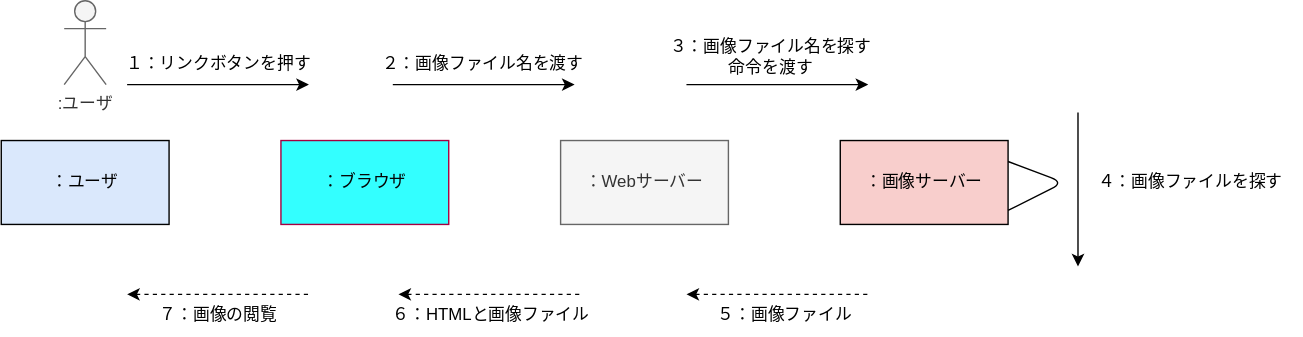
hatafukuryouya/UML_introduction keeps this draw.io diagram as 演習５/演習５-1_CD_Web画像検索.drawio.svg. Above is the earlier version. Source tidied: cells renumbered, new cells last; positions are measured from the earlier drawing's top-left corner, leaving out a move shared by most shapes. The source it was exported from:
```xml
<mxGraphModel>
  <root>
    <mxCell id="0" />
    <mxCell id="1" parent="0" />
    <mxCell id="2" value=":ユーザ" style="shape=umlActor;verticalLabelPosition=bottom;verticalAlign=top;html=1;fillColor=#f5f5f5;fontColor=#333333;strokeColor=#666666;" parent="1" vertex="1">
      <mxGeometry x="45" width="30" height="60" as="geometry" />
    </mxCell>
    <mxCell id="3" value="：ブラウザ" style="rounded=0;whiteSpace=wrap;html=1;fillColor=#33FFFF;strokeColor=#A50040;fontColor=#050505;" parent="1" vertex="1">
      <mxGeometry x="200" y="100" width="120" height="60" as="geometry" />
    </mxCell>
    <mxCell id="4" value="：Webサーバー" style="rounded=0;whiteSpace=wrap;html=1;fillColor=#f5f5f5;strokeColor=#666666;fontColor=#333333;" parent="1" vertex="1">
      <mxGeometry x="400" y="100" width="120" height="60" as="geometry" />
    </mxCell>
    <mxCell id="5" value="：画像サーバー" style="rounded=0;whiteSpace=wrap;html=1;fillColor=#f8cecc;strokeColor=#000000;" parent="1" vertex="1">
      <mxGeometry x="600" y="100" width="120" height="60" as="geometry" />
    </mxCell>
    <mxCell id="6" style="endArrow=classic;html=1;" parent="1" edge="1">
      <mxGeometry relative="1" as="geometry">
        <mxPoint x="280" y="60" as="sourcePoint" />
        <mxPoint x="410" y="60" as="targetPoint" />
      </mxGeometry>
    </mxCell>
    <mxCell id="7" style="endArrow=classic;html=1;" parent="1" edge="1">
      <mxGeometry relative="1" as="geometry">
        <mxPoint x="490" y="60" as="sourcePoint" />
        <mxPoint x="620" y="60" as="targetPoint" />
      </mxGeometry>
    </mxCell>
    <mxCell id="8" value="：ユーザ" style="rounded=0;whiteSpace=wrap;html=1;fillColor=#dae8fc;strokeColor=#000000;" parent="1" vertex="1">
      <mxGeometry y="100" width="120" height="60" as="geometry" />
    </mxCell>
    <mxCell id="9" style="endArrow=classic;html=1;" parent="1" edge="1">
      <mxGeometry relative="1" as="geometry">
        <mxPoint x="90" y="60" as="sourcePoint" />
        <mxPoint x="220" y="60" as="targetPoint" />
      </mxGeometry>
    </mxCell>
    <mxCell id="10" value="１：リンクボタンを押す" style="text;html=1;align=center;verticalAlign=middle;strokeColor=none;fillColor=none;" parent="1" vertex="1">
      <mxGeometry x="75" y="30" width="160" height="30" as="geometry" />
    </mxCell>
    <mxCell id="11" value="２：画像ファイル名を渡す" style="text;html=1;align=center;verticalAlign=middle;strokeColor=none;fillColor=none;" parent="1" vertex="1">
      <mxGeometry x="259" y="30" width="170" height="30" as="geometry" />
    </mxCell>
    <mxCell id="12" value="３：画像ファイル名を探す&lt;br&gt;命令を渡す" style="text;html=1;align=center;verticalAlign=middle;strokeColor=none;fillColor=none;" parent="1" vertex="1">
      <mxGeometry x="465" y="20" width="170" height="40" as="geometry" />
    </mxCell>
    <mxCell id="13" style="edgeStyle=none;html=1;endArrow=none;endFill=0;exitX=1;exitY=0.25;exitDx=0;exitDy=0;" parent="1" edge="1" source="5">
      <mxGeometry relative="1" as="geometry">
        <mxPoint x="720" y="150" as="targetPoint" />
        <Array as="points">
          <mxPoint x="760" y="130" />
        </Array>
      </mxGeometry>
    </mxCell>
    <mxCell id="14" style="endArrow=classic;html=1;" parent="1" edge="1">
      <mxGeometry relative="1" as="geometry">
        <mxPoint x="770" y="80" as="sourcePoint" />
        <mxPoint x="770" y="190" as="targetPoint" />
      </mxGeometry>
    </mxCell>
    <mxCell id="15" value="４：画像ファイルを探す" style="text;html=1;align=center;verticalAlign=middle;strokeColor=none;fillColor=none;" parent="1" vertex="1">
      <mxGeometry x="770" y="115" width="160" height="30" as="geometry" />
    </mxCell>
    <mxCell id="16" style="endArrow=none;dashed=1;html=1;startArrow=classic;startFill=1;" parent="1" edge="1">
      <mxGeometry relative="1" as="geometry">
        <mxPoint x="490" y="210" as="sourcePoint" />
        <mxPoint x="620" y="210" as="targetPoint" />
      </mxGeometry>
    </mxCell>
    <mxCell id="17" value="５：画像ファイル" style="text;html=1;align=center;verticalAlign=middle;strokeColor=none;fillColor=none;" parent="1" vertex="1">
      <mxGeometry x="500" y="210" width="120" height="30" as="geometry" />
    </mxCell>
    <mxCell id="18" style="endArrow=none;dashed=1;html=1;startArrow=classic;startFill=1;" parent="1" edge="1">
      <mxGeometry relative="1" as="geometry">
        <mxPoint x="284" y="210" as="sourcePoint" />
        <mxPoint x="414" y="210" as="targetPoint" />
      </mxGeometry>
    </mxCell>
    <mxCell id="19" style="endArrow=none;dashed=1;html=1;startArrow=classic;startFill=1;" parent="1" edge="1">
      <mxGeometry relative="1" as="geometry">
        <mxPoint x="90" y="210" as="sourcePoint" />
        <mxPoint x="220" y="210" as="targetPoint" />
      </mxGeometry>
    </mxCell>
    <mxCell id="20" value="６：HTMLと画像ファイル" style="text;html=1;align=center;verticalAlign=middle;strokeColor=none;fillColor=none;" parent="1" vertex="1">
      <mxGeometry x="270" y="210" width="160" height="30" as="geometry" />
    </mxCell>
    <mxCell id="21" value="７：画像の閲覧" style="text;html=1;align=center;verticalAlign=middle;strokeColor=none;fillColor=none;" parent="1" vertex="1">
      <mxGeometry x="100" y="210" width="110" height="30" as="geometry" />
    </mxCell>
  </root>
</mxGraphModel>
```
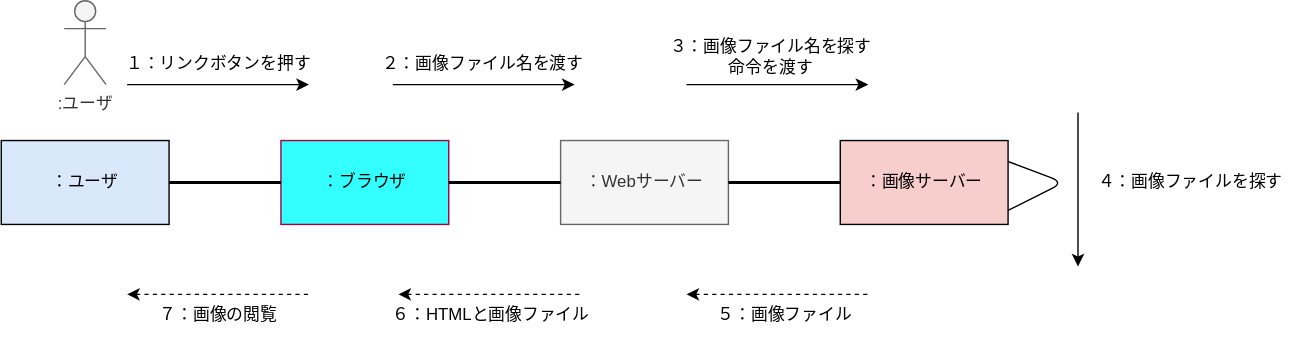
Above is the later version.

What changed in the source:
```diff
@@ -88,5 +88,14 @@
     <mxCell id="21" value="７：画像の閲覧" style="text;html=1;align=center;verticalAlign=middle;strokeColor=none;fillColor=none;" parent="1" vertex="1">
       <mxGeometry x="100" y="210" width="110" height="30" as="geometry" />
     </mxCell>
+    <mxCell id="22" style="line;strokeWidth=2;html=1;" parent="1" vertex="1">
+      <mxGeometry x="120" y="125" width="80" height="10" as="geometry" />
+    </mxCell>
+    <mxCell id="23" style="line;strokeWidth=2;html=1;" parent="1" vertex="1">
+      <mxGeometry x="320" y="125" width="80" height="10" as="geometry" />
+    </mxCell>
+    <mxCell id="24" style="line;strokeWidth=2;html=1;" parent="1" vertex="1">
+      <mxGeometry x="520" y="125" width="80" height="10" as="geometry" />
+    </mxCell>
   </root>
 </mxGraphModel>
```
